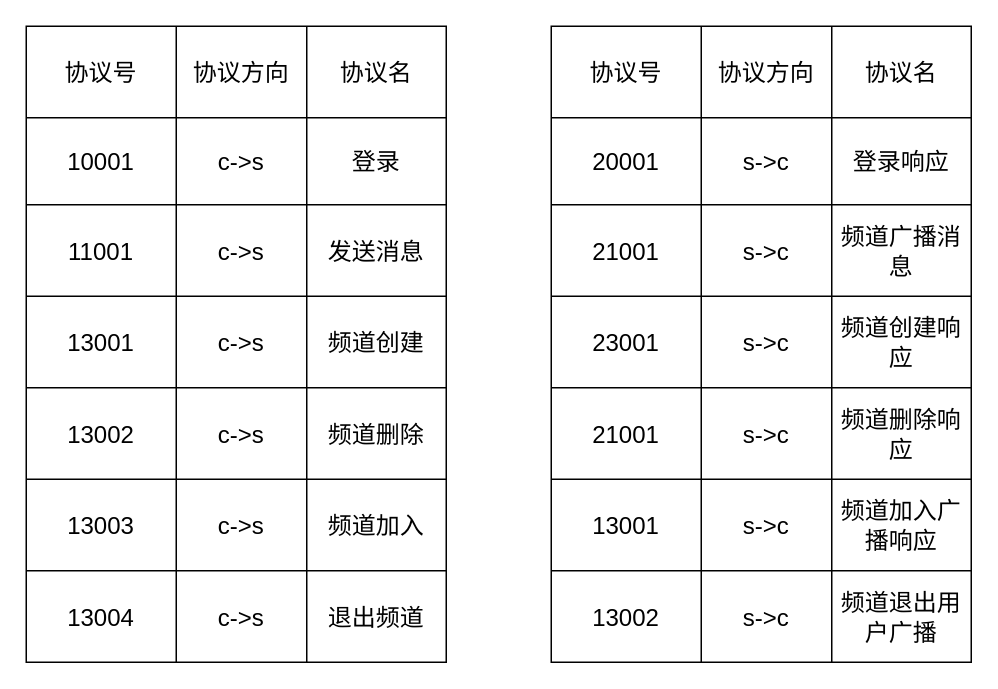
Sexy-Tunan/chat-room-server keeps this draw.io diagram as page "协议" (2 of 3) of src/chat_server/思路.drawio. Above is the earlier version. Source tidied: cells renumbered, new cells numbered last; positions are measured from the earlier drawing's top-left corner, leaving out a move shared by most shapes. Both pictures are drawn from the tidied source at 150%, with x=0, y=0 at pixel (26, 26).
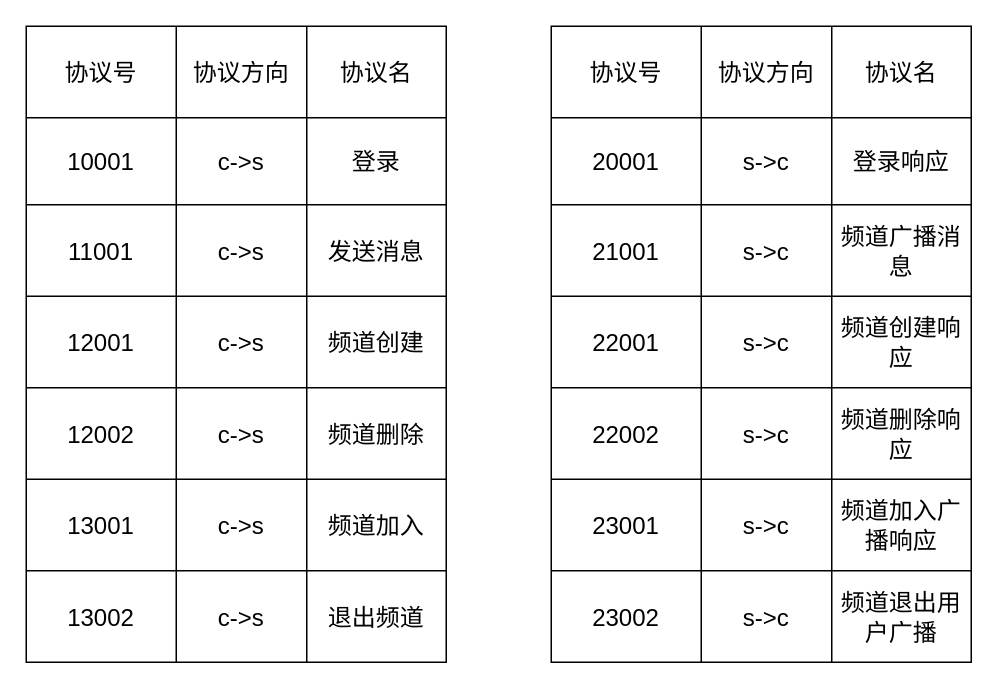
Above is the later version.

The change refers to these unchanged cells:
```xml
<mxCell id="15" style="shape=tableRow;horizontal=0;startSize=0;swimlaneHead=0;swimlaneBody=0;strokeColor=inherit;top=0;left=0;bottom=0;right=0;fillColor=none;fontSize=16;" parent="2" vertex="1">
  <mxGeometry y="180" width="280" height="61" as="geometry" />
</mxCell>
<mxCell id="19" style="shape=tableRow;horizontal=0;startSize=0;swimlaneHead=0;swimlaneBody=0;strokeColor=inherit;top=0;left=0;bottom=0;right=0;fillColor=none;fontSize=16;" parent="2" vertex="1">
  <mxGeometry y="241" width="280" height="61" as="geometry" />
</mxCell>
<mxCell id="23" style="shape=tableRow;horizontal=0;startSize=0;swimlaneHead=0;swimlaneBody=0;strokeColor=inherit;top=0;left=0;bottom=0;right=0;fillColor=none;fontSize=16;" parent="2" vertex="1">
  <mxGeometry y="302" width="280" height="61" as="geometry" />
</mxCell>
<mxCell id="27" style="shape=tableRow;horizontal=0;startSize=0;swimlaneHead=0;swimlaneBody=0;strokeColor=inherit;top=0;left=0;bottom=0;right=0;fillColor=none;fontSize=16;" parent="2" vertex="1">
  <mxGeometry y="363" width="280" height="61" as="geometry" />
</mxCell>
<mxCell id="44" style="shape=tableRow;horizontal=0;startSize=0;swimlaneHead=0;swimlaneBody=0;strokeColor=inherit;top=0;left=0;bottom=0;right=0;fillColor=none;fontSize=16;" parent="31" vertex="1">
  <mxGeometry y="180" width="280" height="61" as="geometry" />
</mxCell>
<mxCell id="48" style="shape=tableRow;horizontal=0;startSize=0;swimlaneHead=0;swimlaneBody=0;strokeColor=inherit;top=0;left=0;bottom=0;right=0;fillColor=none;fontSize=16;" parent="31" vertex="1">
  <mxGeometry y="241" width="280" height="61" as="geometry" />
</mxCell>
<mxCell id="52" style="shape=tableRow;horizontal=0;startSize=0;swimlaneHead=0;swimlaneBody=0;strokeColor=inherit;top=0;left=0;bottom=0;right=0;fillColor=none;fontSize=16;" parent="31" vertex="1">
  <mxGeometry y="302" width="280" height="61" as="geometry" />
</mxCell>
<mxCell id="56" style="shape=tableRow;horizontal=0;startSize=0;swimlaneHead=0;swimlaneBody=0;strokeColor=inherit;top=0;left=0;bottom=0;right=0;fillColor=none;fontSize=16;" parent="31" vertex="1">
  <mxGeometry y="363" width="280" height="61" as="geometry" />
</mxCell>
```

The edit, as a diff of the source:
```diff
@@
-    <mxCell id="16" value="13001" style="shape=partialRectangle;html=1;whiteSpace=wrap;strokeColor=inherit;overflow=hidden;fillColor=none;top=0;left=0;bottom=0;right=0;fontSize=16;" parent="15" vertex="1">
+    <mxCell id="16" value="12001" style="shape=partialRectangle;html=1;whiteSpace=wrap;strokeColor=inherit;overflow=hidden;fillColor=none;top=0;left=0;bottom=0;right=0;fontSize=16;" parent="15" vertex="1">
       <mxGeometry width="100" height="61" as="geometry" />
     </mxCell>
@@
-    <mxCell id="20" value="13002" style="shape=partialRectangle;html=1;whiteSpace=wrap;strokeColor=inherit;overflow=hidden;fillColor=none;top=0;left=0;bottom=0;right=0;fontSize=16;" parent="19" vertex="1">
+    <mxCell id="20" value="12002" style="shape=partialRectangle;html=1;whiteSpace=wrap;strokeColor=inherit;overflow=hidden;fillColor=none;top=0;left=0;bottom=0;right=0;fontSize=16;" parent="19" vertex="1">
       <mxGeometry width="100" height="61" as="geometry" />
     </mxCell>
@@
-    <mxCell id="24" value="13003" style="shape=partialRectangle;html=1;whiteSpace=wrap;strokeColor=inherit;overflow=hidden;fillColor=none;top=0;left=0;bottom=0;right=0;fontSize=16;" parent="23" vertex="1">
+    <mxCell id="24" value="13001" style="shape=partialRectangle;html=1;whiteSpace=wrap;strokeColor=inherit;overflow=hidden;fillColor=none;top=0;left=0;bottom=0;right=0;fontSize=16;" parent="23" vertex="1">
       <mxGeometry width="100" height="61" as="geometry" />
     </mxCell>
@@
-    <mxCell id="28" value="13004" style="shape=partialRectangle;html=1;whiteSpace=wrap;strokeColor=inherit;overflow=hidden;fillColor=none;top=0;left=0;bottom=0;right=0;fontSize=16;" parent="27" vertex="1">
+    <mxCell id="28" value="13002" style="shape=partialRectangle;html=1;whiteSpace=wrap;strokeColor=inherit;overflow=hidden;fillColor=none;top=0;left=0;bottom=0;right=0;fontSize=16;" parent="27" vertex="1">
       <mxGeometry width="100" height="61" as="geometry" />
     </mxCell>
@@
-    <mxCell id="45" value="23001" style="shape=partialRectangle;html=1;whiteSpace=wrap;strokeColor=inherit;overflow=hidden;fillColor=none;top=0;left=0;bottom=0;right=0;fontSize=16;" parent="44" vertex="1">
+    <mxCell id="45" value="22001" style="shape=partialRectangle;html=1;whiteSpace=wrap;strokeColor=inherit;overflow=hidden;fillColor=none;top=0;left=0;bottom=0;right=0;fontSize=16;" parent="44" vertex="1">
       <mxGeometry width="100" height="61" as="geometry" />
     </mxCell>
@@
-    <mxCell id="49" value="21001" style="shape=partialRectangle;html=1;whiteSpace=wrap;strokeColor=inherit;overflow=hidden;fillColor=none;top=0;left=0;bottom=0;right=0;fontSize=16;" parent="48" vertex="1">
+    <mxCell id="49" value="22002" style="shape=partialRectangle;html=1;whiteSpace=wrap;strokeColor=inherit;overflow=hidden;fillColor=none;top=0;left=0;bottom=0;right=0;fontSize=16;" parent="48" vertex="1">
       <mxGeometry width="100" height="61" as="geometry" />
     </mxCell>
@@
-    <mxCell id="53" value="13001" style="shape=partialRectangle;html=1;whiteSpace=wrap;strokeColor=inherit;overflow=hidden;fillColor=none;top=0;left=0;bottom=0;right=0;fontSize=16;" parent="52" vertex="1">
+    <mxCell id="53" value="23001" style="shape=partialRectangle;html=1;whiteSpace=wrap;strokeColor=inherit;overflow=hidden;fillColor=none;top=0;left=0;bottom=0;right=0;fontSize=16;" parent="52" vertex="1">
       <mxGeometry width="100" height="61" as="geometry" />
     </mxCell>
@@
-    <mxCell id="57" value="13002" style="shape=partialRectangle;html=1;whiteSpace=wrap;strokeColor=inherit;overflow=hidden;fillColor=none;top=0;left=0;bottom=0;right=0;fontSize=16;" parent="56" vertex="1">
+    <mxCell id="57" value="23002" style="shape=partialRectangle;html=1;whiteSpace=wrap;strokeColor=inherit;overflow=hidden;fillColor=none;top=0;left=0;bottom=0;right=0;fontSize=16;" parent="56" vertex="1">
       <mxGeometry width="100" height="61" as="geometry" />
     </mxCell>
```
